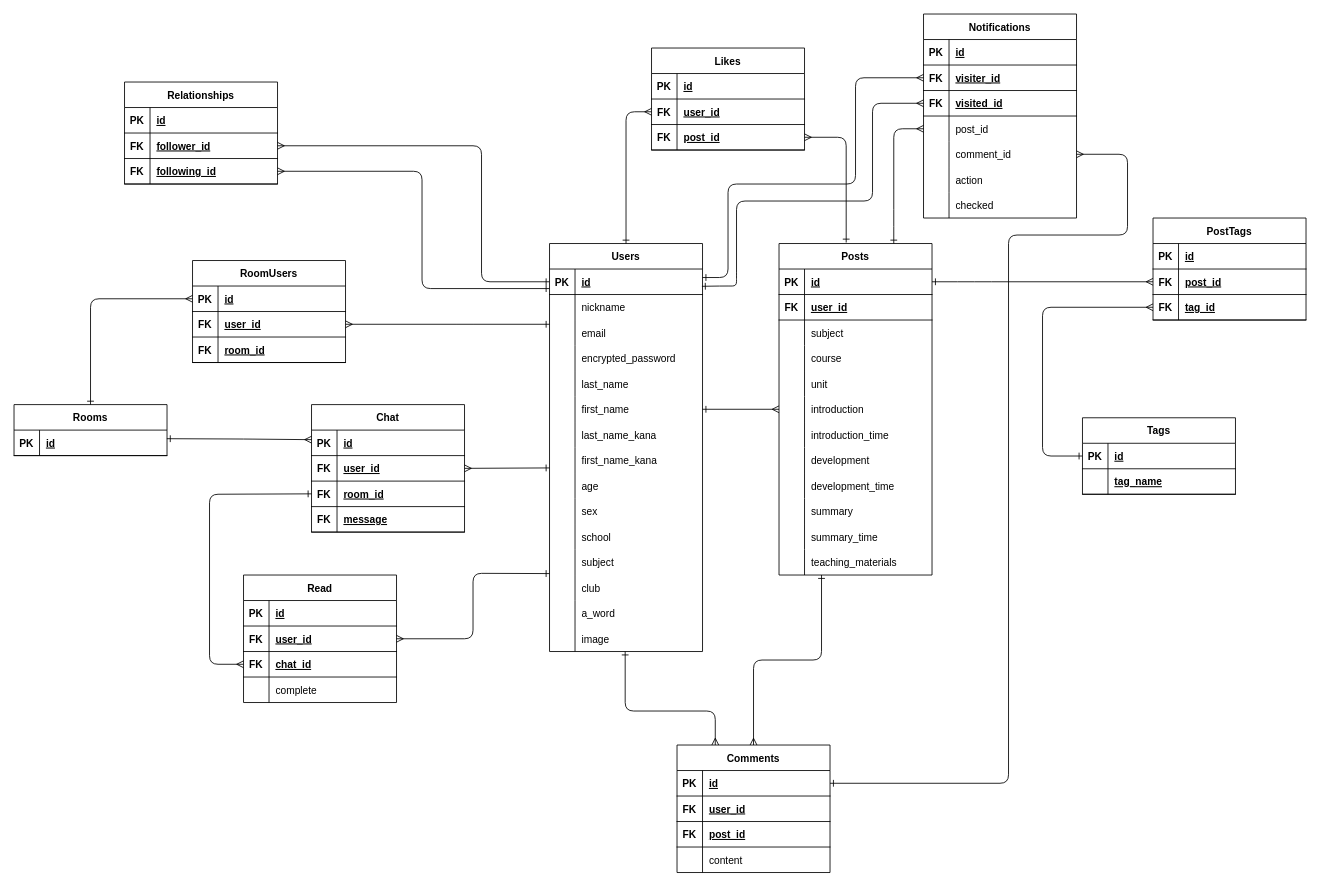
honda-gentuki/kyoyu keeps this draw.io diagram as kyoyu.dio. Above is the earlier version. Source tidied: cells renumbered, new cells numbered last; positions are measured from the earlier drawing's top-left corner, leaving out a move shared by most shapes. Both pictures are drawn from the tidied source at 85%, with x=0, y=0 at pixel (14, 14).
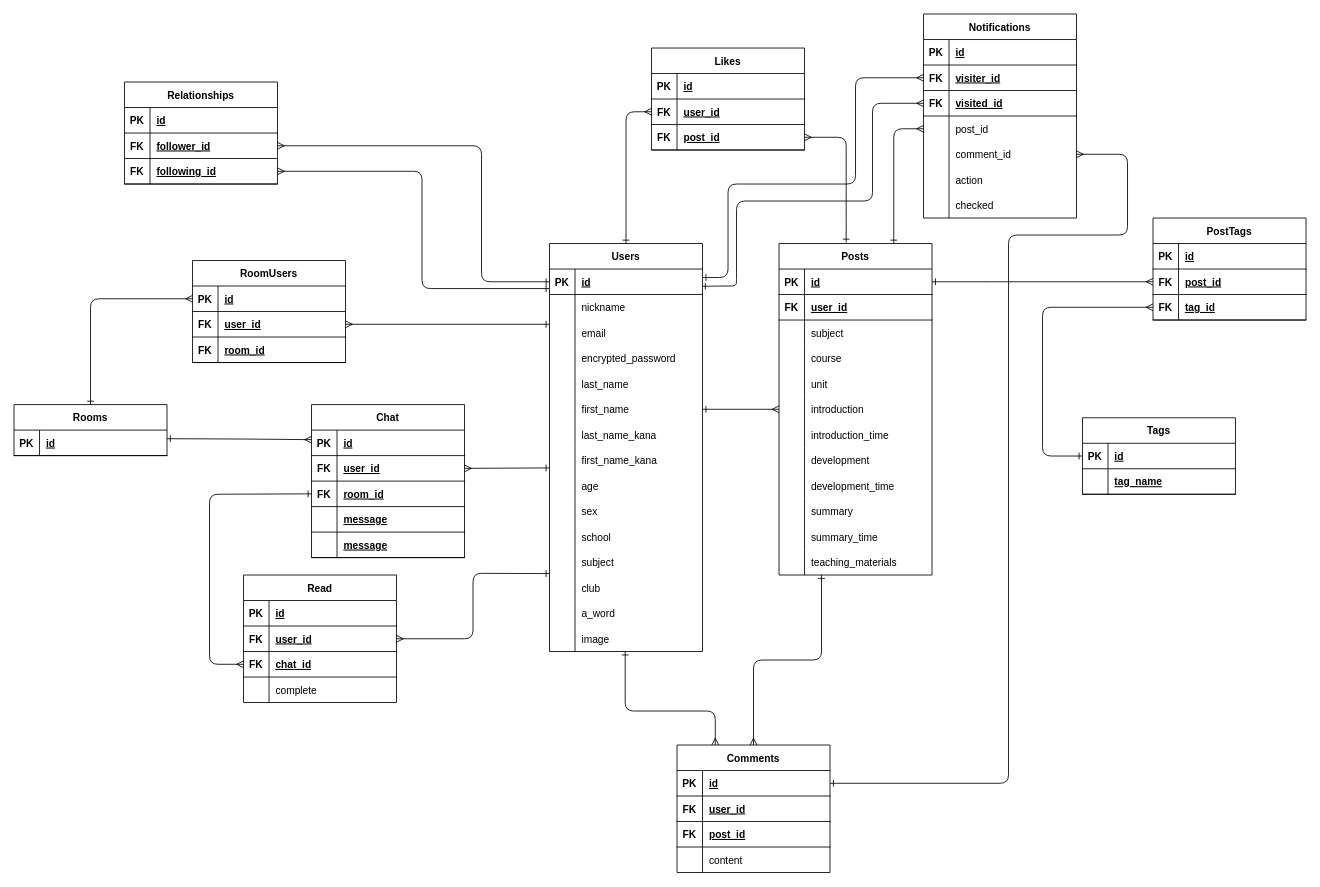
The same diagram, later.

What changed in the source:
```diff
@@
     <mxCell id="137" value="Chat" style="shape=table;startSize=30;childLayout=tableLayout;rowLines=0;fontStyle=1;align=center;" parent="1" vertex="1">
-      <mxGeometry x="350" y="459.5" width="180" height="150" as="geometry" />
+      <mxGeometry x="350" y="459.5" width="180" height="180" as="geometry" />
     </mxCell>
@@
+    <mxCell id="216" style="shape=partialRectangle;fillColor=none;top=0;left=0;bottom=1;right=0;" parent="137" vertex="1">
+      <mxGeometry y="120" width="180" height="30" as="geometry" />
+    </mxCell>
+    <mxCell id="217" style="shape=partialRectangle;fillColor=none;top=0;left=0;bottom=0;right=0;fontStyle=1;overflow=hidden;" parent="216" vertex="1">
+      <mxGeometry width="30" height="30" as="geometry" />
+    </mxCell>
+    <mxCell id="218" value="message" style="shape=partialRectangle;fillColor=none;top=0;left=0;bottom=0;right=0;align=left;spacingLeft=6;fontStyle=5;overflow=hidden;" parent="216" vertex="1">
+      <mxGeometry x="30" width="150" height="30" as="geometry" />
+    </mxCell>
     <mxCell id="147" style="shape=partialRectangle;fillColor=none;top=0;left=0;bottom=1;right=0;" parent="137" vertex="1">
-      <mxGeometry y="120" width="180" height="30" as="geometry" />
+      <mxGeometry y="150" width="180" height="30" as="geometry" />
     </mxCell>
-    <mxCell id="148" value="FK" style="shape=partialRectangle;fillColor=none;top=0;left=0;bottom=0;right=0;fontStyle=1;overflow=hidden;" parent="147" vertex="1">
+    <mxCell id="148" style="shape=partialRectangle;fillColor=none;top=0;left=0;bottom=0;right=0;fontStyle=1;overflow=hidden;" parent="147" vertex="1">
       <mxGeometry width="30" height="30" as="geometry" />
     </mxCell>
```
